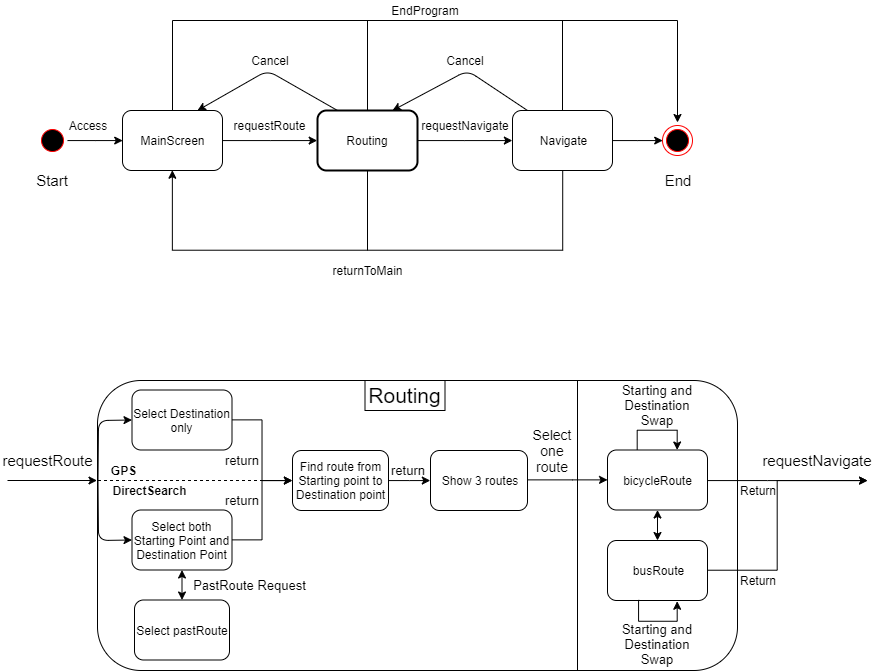
Earlier version of the draw.io export 2nd_homework/state_diagram.png (chisacam/CWNU19SE_2B). Source tidied: cells renumbered, new cells last; positions are measured from the earlier drawing's top-left corner, leaving out a move shared by most shapes.
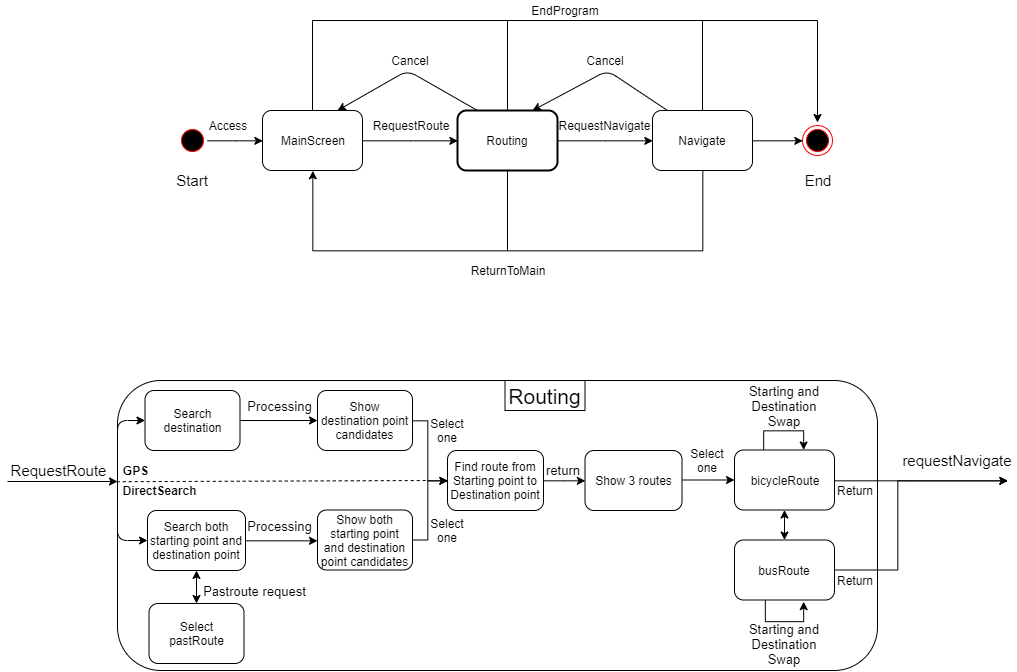
Later version of the same file.

Change to the diagram source:
```diff
@@ -3,7 +3,7 @@
     <mxCell id="0" />
     <mxCell id="1" parent="0" />
     <mxCell id="2" style="rounded=1;whiteSpace=wrap;html=1;" parent="1" vertex="1">
-      <mxGeometry x="90" y="380" width="640" height="290" as="geometry" />
+      <mxGeometry x="-30" y="380" width="760" height="290" as="geometry" />
     </mxCell>
     <mxCell id="3" style="edgeStyle=orthogonalEdgeStyle;rounded=0;jettySize=auto;html=1;entryX=0;entryY=0.5;entryDx=0;entryDy=0;" parent="1" edge="1" source="4" target="6">
       <mxGeometry relative="1" as="geometry" />
@@ -39,60 +39,55 @@
     </mxCell>
     <mxCell id="12" style="endArrow=classic;html=1;" parent="1" edge="1">
       <mxGeometry relative="1" as="geometry">
-        <mxPoint y="480" as="sourcePoint" />
-        <mxPoint x="89.5" y="480" as="targetPoint" />
+        <mxPoint x="-140" y="481" as="sourcePoint" />
+        <mxPoint x="-30" y="481" as="targetPoint" />
       </mxGeometry>
     </mxCell>
     <mxCell id="13" style="ellipse;html=1;shape=endState;fillColor=#000000;strokeColor=#ff0000;" parent="1" vertex="1">
       <mxGeometry x="655" y="125" width="30" height="30" as="geometry" />
     </mxCell>
-    <mxCell id="14" style="edgeStyle=orthogonalEdgeStyle;rounded=0;jettySize=auto;html=1;entryX=0;entryY=0.5;entryDx=0;entryDy=0;" parent="1" edge="1" source="15" target="17">
-      <mxGeometry relative="1" as="geometry" />
-    </mxCell>
+    <mxCell id="67" style="edgeStyle=orthogonalEdgeStyle;rounded=0;jettySize=auto;html=1;fontSize=12;" parent="1" edge="1" source="15" target="72">
+      <mxGeometry relative="1" as="geometry" />
+    </mxCell>
-    <mxCell id="15" value="Select Destination only" style="rounded=1;whiteSpace=wrap;html=1;" parent="1" vertex="1">
-      <mxGeometry x="124.5" y="389.5" width="100" height="60" as="geometry" />
+    <mxCell id="15" value="Search destination" style="rounded=1;whiteSpace=wrap;html=1;" parent="1" vertex="1">
+      <mxGeometry x="-2.5" y="390" width="95" height="60" as="geometry" />
     </mxCell>
     <mxCell id="16" style="edgeStyle=orthogonalEdgeStyle;rounded=0;jettySize=auto;html=1;entryX=0;entryY=0.5;entryDx=0;entryDy=0;" parent="1" edge="1" source="17" target="62">
       <mxGeometry relative="1" as="geometry" />
     </mxCell>
     <mxCell id="17" value="Find route from Starting point to Destination point" style="rounded=1;whiteSpace=wrap;html=1;" parent="1" vertex="1">
-      <mxGeometry x="285" y="450" width="96" height="60" as="geometry" />
+      <mxGeometry x="300" y="450" width="96" height="60" as="geometry" />
     </mxCell>
-    <mxCell id="18" style="edgeStyle=orthogonalEdgeStyle;rounded=0;jettySize=auto;html=1;entryX=0;entryY=0.5;entryDx=0;entryDy=0;" parent="1" edge="1" source="19" target="17">
-      <mxGeometry relative="1" as="geometry" />
-    </mxCell>
+    <mxCell id="68" style="edgeStyle=orthogonalEdgeStyle;rounded=0;jettySize=auto;html=1;fontSize=12;" parent="1" edge="1" source="19" target="70">
+      <mxGeometry relative="1" as="geometry">
+        <Array as="points">
+          <mxPoint x="130" y="540" />
+          <mxPoint x="130" y="540" />
+        </Array>
+      </mxGeometry>
+    </mxCell>
-    <mxCell id="19" value="Select both Starting Point and Destination Point" style="rounded=1;whiteSpace=wrap;html=1;" parent="1" vertex="1">
-      <mxGeometry x="124.5" y="509.5" width="100" height="60" as="geometry" />
+    <mxCell id="19" value="Search both starting point and destination point" style="rounded=1;whiteSpace=wrap;html=1;" parent="1" vertex="1">
+      <mxGeometry y="510" width="98" height="60" as="geometry" />
     </mxCell>
     <mxCell id="20" value="GPS" style="text;html=1;strokeColor=none;fillColor=none;align=center;verticalAlign=middle;whiteSpace=wrap;rounded=0;fontStyle=1;" parent="1" vertex="1">
-      <mxGeometry x="72.5" y="460" width="85" height="20" as="geometry" />
+      <mxGeometry x="-55" y="460" width="85" height="20" as="geometry" />
     </mxCell>
-    <mxCell id="21" style="endArrow=none;dashed=1;html=1;" parent="1" edge="1">
+    <mxCell id="21" style="endArrow=none;dashed=1;html=1;exitX=-0.001;exitY=0.349;exitDx=0;exitDy=0;exitPerimeter=0;" parent="1" edge="1" source="2">
       <mxGeometry relative="1" as="geometry">
-        <mxPoint x="90.5" y="480" as="sourcePoint" />
-        <mxPoint x="260" y="480" as="targetPoint" />
+        <mxPoint x="280" y="480" as="targetPoint" />
       </mxGeometry>
     </mxCell>
-    <mxCell id="22" style="endArrow=classic;html=1;entryX=0;entryY=0.5;entryDx=0;entryDy=0;" parent="1" edge="1" target="15">
-      <mxGeometry relative="1" as="geometry">
-        <mxPoint x="90.5" y="480" as="sourcePoint" />
-        <Array as="points">
-          <mxPoint x="91" y="420" />
-        </Array>
-      </mxGeometry>
-    </mxCell>
-    <mxCell id="23" style="endArrow=classic;html=1;entryX=0;entryY=0.5;entryDx=0;entryDy=0;" parent="1" edge="1" target="19">
+    <mxCell id="23" style="endArrow=classic;html=1;entryX=0;entryY=0.5;entryDx=0;entryDy=0;exitX=0;exitY=0.348;exitDx=0;exitDy=0;exitPerimeter=0;" parent="1" edge="1" source="2" target="19">
       <mxGeometry relative="1" as="geometry">
-        <mxPoint x="90.5" y="480" as="sourcePoint" />
         <Array as="points">
-          <mxPoint x="91" y="540" />
+          <mxPoint x="-30" y="540" />
         </Array>
       </mxGeometry>
     </mxCell>
     <mxCell id="24" value="Access" style="text;html=1;strokeColor=none;fillColor=none;align=center;verticalAlign=middle;whiteSpace=wrap;rounded=0;" parent="1" vertex="1">
       <mxGeometry x="60" y="115" width="40" height="20" as="geometry" />
     </mxCell>
-    <mxCell id="25" value="requestRoute" style="text;html=1;strokeColor=none;fillColor=none;align=center;verticalAlign=middle;whiteSpace=wrap;rounded=0;" parent="1" vertex="1">
+    <mxCell id="25" value="RequestRoute" style="text;html=1;strokeColor=none;fillColor=none;align=center;verticalAlign=middle;whiteSpace=wrap;rounded=0;" parent="1" vertex="1">
       <mxGeometry x="242.5" y="115" width="40" height="20" as="geometry" />
     </mxCell>
     <mxCell id="26" style="endArrow=none;html=1;entryX=0.5;entryY=1;entryDx=0;entryDy=0;" parent="1" edge="1" target="8">
@@ -100,10 +95,10 @@
         <mxPoint x="360" y="250" as="sourcePoint" />
       </mxGeometry>
     </mxCell>
-    <mxCell id="27" value="requestNavigate" style="text;html=1;strokeColor=none;fillColor=none;align=center;verticalAlign=middle;whiteSpace=wrap;rounded=0;" parent="1" vertex="1">
+    <mxCell id="27" value="RequestNavigate" style="text;html=1;strokeColor=none;fillColor=none;align=center;verticalAlign=middle;whiteSpace=wrap;rounded=0;" parent="1" vertex="1">
       <mxGeometry x="437.5" y="115" width="40" height="20" as="geometry" />
     </mxCell>
-    <mxCell id="28" value="returnToMain" style="text;html=1;strokeColor=none;fillColor=none;align=center;verticalAlign=middle;whiteSpace=wrap;rounded=0;" parent="1" vertex="1">
+    <mxCell id="28" value="ReturnToMain" style="text;html=1;strokeColor=none;fillColor=none;align=center;verticalAlign=middle;whiteSpace=wrap;rounded=0;" parent="1" vertex="1">
       <mxGeometry x="340" y="260" width="40" height="20" as="geometry" />
     </mxCell>
     <mxCell id="29" value="Cancel" style="text;html=1;strokeColor=none;fillColor=none;align=center;verticalAlign=middle;whiteSpace=wrap;rounded=0;" parent="1" vertex="1">
@@ -149,40 +144,42 @@
         </Array>
       </mxGeometry>
     </mxCell>
-    <mxCell id="37" style="edgeStyle=orthogonalEdgeStyle;rounded=0;orthogonalLoop=1;jettySize=auto;html=1;fontSize=13;" parent="1" edge="1" source="38" target="38">
+    <mxCell id="37" style="edgeStyle=orthogonalEdgeStyle;rounded=0;orthogonalLoop=1;jettySize=auto;html=1;fontSize=13;" parent="1" edge="1">
       <mxGeometry relative="1" as="geometry">
+        <mxPoint x="615.9" y="449.5" as="sourcePoint" />
+        <mxPoint x="655.9" y="449.5" as="targetPoint" />
         <Array as="points">
-          <mxPoint x="630" y="430" />
-          <mxPoint x="670" y="430" />
+          <mxPoint x="616" y="430" />
+          <mxPoint x="656" y="430" />
         </Array>
       </mxGeometry>
     </mxCell>
     <mxCell id="38" value="bicycleRoute" style="rounded=1;whiteSpace=wrap;html=1;" parent="1" vertex="1">
-      <mxGeometry x="600" y="449.5" width="100" height="60" as="geometry" />
+      <mxGeometry x="587" y="449.5" width="100" height="60" as="geometry" />
     </mxCell>
     <mxCell id="39" style="edgeStyle=orthogonalEdgeStyle;rounded=0;jettySize=auto;html=1;fontSize=15;exitX=1;exitY=0.5;exitDx=0;exitDy=0;" parent="1" edge="1" source="40">
       <mxGeometry relative="1" as="geometry">
         <mxPoint x="860" y="480" as="targetPoint" />
         <Array as="points">
-          <mxPoint x="770" y="570" />
-          <mxPoint x="770" y="480" />
+          <mxPoint x="750" y="570" />
+          <mxPoint x="750" y="480" />
         </Array>
       </mxGeometry>
     </mxCell>
     <mxCell id="40" value="busRoute" style="rounded=1;whiteSpace=wrap;html=1;" parent="1" vertex="1">
-      <mxGeometry x="600" y="540" width="100" height="60" as="geometry" />
+      <mxGeometry x="587" y="539.5" width="100" height="60" as="geometry" />
     </mxCell>
     <mxCell id="41" style="endArrow=classic;startArrow=classic;html=1;fontSize=15;entryX=0.5;entryY=1;entryDx=0;entryDy=0;exitX=0.5;exitY=0;exitDx=0;exitDy=0;" parent="1" edge="1" source="40" target="38">
       <mxGeometry relative="1" as="geometry" />
     </mxCell>
-    <mxCell id="42" value="Select one route" style="text;html=1;strokeColor=none;fillColor=none;align=center;verticalAlign=middle;whiteSpace=wrap;rounded=0;fontSize=14;direction=south;" parent="1" vertex="1">
-      <mxGeometry x="535" y="429.5" width="20" height="40" as="geometry" />
+    <mxCell id="42" value="Select one" style="text;html=1;strokeColor=none;fillColor=none;align=center;verticalAlign=middle;whiteSpace=wrap;rounded=0;fontSize=12;direction=south;" parent="1" vertex="1">
+      <mxGeometry x="550" y="440" width="20" height="40" as="geometry" />
     </mxCell>
     <mxCell id="43" value="requestNavigate" style="text;html=1;strokeColor=none;fillColor=none;align=center;verticalAlign=middle;whiteSpace=wrap;rounded=0;fontSize=15;" parent="1" vertex="1">
       <mxGeometry x="790" y="449.5" width="40" height="20" as="geometry" />
     </mxCell>
-    <mxCell id="44" value="requestRoute" style="text;html=1;strokeColor=none;fillColor=none;align=center;verticalAlign=middle;whiteSpace=wrap;rounded=0;fontSize=15;" parent="1" vertex="1">
-      <mxGeometry x="20" y="449.5" width="40" height="20" as="geometry" />
+    <mxCell id="44" value="RequestRoute" style="text;html=1;strokeColor=none;fillColor=none;align=center;verticalAlign=middle;whiteSpace=wrap;rounded=0;fontSize=15;" parent="1" vertex="1">
+      <mxGeometry x="-110" y="460" width="40" height="20" as="geometry" />
     </mxCell>
     <mxCell id="45" value="Start" style="text;html=1;strokeColor=none;fillColor=none;align=center;verticalAlign=middle;whiteSpace=wrap;rounded=0;fontSize=15;" parent="1" vertex="1">
       <mxGeometry x="25" y="170" width="40" height="20" as="geometry" />
@@ -196,25 +193,17 @@
     <mxCell id="48" value="Routing" style="text;html=1;strokeColor=none;fillColor=none;align=center;verticalAlign=middle;whiteSpace=wrap;rounded=0;fontSize=21;" parent="1" vertex="1">
       <mxGeometry x="377.5" y="385" width="40" height="20" as="geometry" />
     </mxCell>
-    <mxCell id="49" style="endArrow=none;html=1;fontSize=15;exitX=0.75;exitY=1;exitDx=0;exitDy=0;" parent="1" edge="1" source="2">
-      <mxGeometry relative="1" as="geometry">
-        <mxPoint x="570" y="380" as="targetPoint" />
-      </mxGeometry>
-    </mxCell>
     <mxCell id="50" value="Select pastRoute" style="rounded=1;whiteSpace=wrap;html=1;" parent="1" vertex="1">
-      <mxGeometry x="127" y="599.5" width="95" height="60" as="geometry" />
+      <mxGeometry x="1.5" y="603" width="95" height="60" as="geometry" />
     </mxCell>
-    <mxCell id="51" value="return&lt;span style=&quot;font-family: &amp;#34;helvetica&amp;#34; , &amp;#34;arial&amp;#34; , sans-serif ; font-size: 0px ; white-space: nowrap&quot;&gt;%3CmxGraphModel%3E%3Croot%3E%3CmxCell%20id%3D%220%22%2F%3E%3CmxCell%20id%3D%221%22%20parent%3D%220%22%2F%3E%3CmxCell%20id%3D%222%22%20value%3D%22selectDstn()%22%20style%3D%22rounded%3D1%3BwhiteSpace%3Dwrap%3Bhtml%3D1%3B%22%20vertex%3D%221%22%20parent%3D%221%22%3E%3CmxGeometry%20x%3D%22160%22%20y%3D%22669.5%22%20width%3D%22100%22%20height%3D%2260%22%20as%3D%22geometry%22%2F%3E%3C%2FmxCell%3E%3C%2Froot%3E%3C%2FmxGraphModel%3E&lt;/span&gt;" style="text;html=1;strokeColor=none;fillColor=none;align=center;verticalAlign=middle;whiteSpace=wrap;rounded=0;fontSize=13;" parent="1" vertex="1">
-      <mxGeometry x="215" y="450" width="40" height="20" as="geometry" />
+    <mxCell id="51" value="Select one" style="text;html=1;strokeColor=none;fillColor=none;align=center;verticalAlign=middle;whiteSpace=wrap;rounded=0;fontSize=12;" parent="1" vertex="1">
+      <mxGeometry x="280" y="420" width="40" height="20" as="geometry" />
     </mxCell>
-    <mxCell id="52" value="return&lt;span style=&quot;font-family: &amp;#34;helvetica&amp;#34; , &amp;#34;arial&amp;#34; , sans-serif ; font-size: 0px ; white-space: nowrap&quot;&gt;%3CmxGraphModel%3E%3Croot%3E%3CmxCell%20id%3D%220%22%2F%3E%3CmxCell%20id%3D%221%22%20parent%3D%220%22%2F%3E%3CmxCell%20id%3D%222%22%20value%3D%22selectDstn()%22%20style%3D%22rounded%3D1%3BwhiteSpace%3Dwrap%3Bhtml%3D1%3B%22%20vertex%3D%221%22%20parent%3D%221%22%3E%3CmxGeometry%20x%3D%22160%22%20y%3D%22669.5%22%20width%3D%22100%22%20height%3D%2260%22%20as%3D%22geometry%22%2F%3E%3C%2FmxCell%3E%3C%2Froot%3E%3C%2FmxGraphModel%3E&lt;/span&gt;" style="text;html=1;strokeColor=none;fillColor=none;align=center;verticalAlign=middle;whiteSpace=wrap;rounded=0;fontSize=13;" parent="1" vertex="1">
-      <mxGeometry x="215" y="489.5" width="40" height="20" as="geometry" />
-    </mxCell>
     <mxCell id="53" value="return&lt;span style=&quot;font-family: &amp;#34;helvetica&amp;#34; , &amp;#34;arial&amp;#34; , sans-serif ; font-size: 0px ; white-space: nowrap&quot;&gt;%3CmxGraphModel%3E%3Croot%3E%3CmxCell%20id%3D%220%22%2F%3E%3CmxCell%20id%3D%221%22%20parent%3D%220%22%2F%3E%3CmxCell%20id%3D%222%22%20value%3D%22selectDstn()%22%20style%3D%22rounded%3D1%3BwhiteSpace%3Dwrap%3Bhtml%3D1%3B%22%20vertex%3D%221%22%20parent%3D%221%22%3E%3CmxGeometry%20x%3D%22160%22%20y%3D%22669.5%22%20width%3D%22100%22%20height%3D%2260%22%20as%3D%22geometry%22%2F%3E%3C%2FmxCell%3E%3C%2Froot%3E%3C%2FmxGraphModel%3E&lt;/span&gt;" style="text;html=1;strokeColor=none;fillColor=none;align=center;verticalAlign=middle;whiteSpace=wrap;rounded=0;fontSize=13;" parent="1" vertex="1">
-      <mxGeometry x="381" y="459.5" width="40" height="20" as="geometry" />
+      <mxGeometry x="396" y="459.5" width="40" height="20" as="geometry" />
     </mxCell>
-    <mxCell id="54" value="PastRoute Request" style="text;html=1;strokeColor=none;fillColor=none;align=center;verticalAlign=middle;whiteSpace=wrap;rounded=0;fontSize=13;" parent="1" vertex="1">
-      <mxGeometry x="180" y="574.5" width="125" height="20" as="geometry" />
+    <mxCell id="54" value="Pastroute request" style="text;html=1;strokeColor=none;fillColor=none;align=center;verticalAlign=middle;whiteSpace=wrap;rounded=0;fontSize=13;" parent="1" vertex="1">
+      <mxGeometry x="45" y="580" width="125" height="20" as="geometry" />
     </mxCell>
     <mxCell id="55" style="endArrow=classic;html=1;entryX=0.75;entryY=0;entryDx=0;entryDy=0;" parent="1" edge="1" target="6">
       <mxGeometry relative="1" as="geometry">
@@ -235,20 +224,20 @@
       <mxGeometry x="242.5" y="50" width="40" height="20" as="geometry" />
     </mxCell>
     <mxCell id="58" value="Starting and Destination Swap" style="text;html=1;strokeColor=none;fillColor=none;align=center;verticalAlign=middle;whiteSpace=wrap;rounded=0;fontSize=13;" parent="1" vertex="1">
-      <mxGeometry x="613" y="633" width="74" height="20" as="geometry" />
+      <mxGeometry x="600" y="633" width="74" height="20" as="geometry" />
     </mxCell>
     <mxCell id="59" style="edgeStyle=orthogonalEdgeStyle;rounded=0;orthogonalLoop=1;jettySize=auto;html=1;fontSize=13;exitX=0.316;exitY=0.974;exitDx=0;exitDy=0;exitPerimeter=0;" parent="1" edge="1">
       <mxGeometry relative="1" as="geometry">
-        <mxPoint x="631.1" y="599.4" as="sourcePoint" />
-        <mxPoint x="669.4" y="601" as="targetPoint" />
+        <mxPoint x="618.1" y="599.4" as="sourcePoint" />
+        <mxPoint x="656.4" y="601" as="targetPoint" />
         <Array as="points">
-          <mxPoint x="631.5" y="621" />
-          <mxPoint x="669.5" y="621" />
+          <mxPoint x="618.5" y="621" />
+          <mxPoint x="656.5" y="621" />
         </Array>
       </mxGeometry>
     </mxCell>
     <mxCell id="60" value="Starting and Destination Swap" style="text;html=1;strokeColor=none;fillColor=none;align=center;verticalAlign=middle;whiteSpace=wrap;rounded=0;fontSize=13;" parent="1" vertex="1">
-      <mxGeometry x="613" y="395" width="74" height="20" as="geometry" />
+      <mxGeometry x="600" y="395" width="74" height="20" as="geometry" />
     </mxCell>
     <mxCell id="61" style="edgeStyle=orthogonalEdgeStyle;rounded=0;jettySize=auto;html=1;entryX=0;entryY=0.5;entryDx=0;entryDy=0;" parent="1" edge="1" source="62" target="38">
       <mxGeometry relative="1" as="geometry">
@@ -258,19 +247,58 @@
       </mxGeometry>
     </mxCell>
     <mxCell id="62" value="Show 3 routes" style="rounded=1;whiteSpace=wrap;html=1;" parent="1" vertex="1">
-      <mxGeometry x="423" y="450" width="97" height="60" as="geometry" />
+      <mxGeometry x="437.5" y="450" width="97" height="60" as="geometry" />
     </mxCell>
     <mxCell id="63" value="Return" style="text;html=1;strokeColor=none;fillColor=none;align=center;verticalAlign=middle;whiteSpace=wrap;rounded=0;" parent="1" vertex="1">
-      <mxGeometry x="730" y="480" width="40" height="20" as="geometry" />
+      <mxGeometry x="687" y="480" width="40" height="20" as="geometry" />
     </mxCell>
     <mxCell id="64" value="Return" style="text;html=1;strokeColor=none;fillColor=none;align=center;verticalAlign=middle;whiteSpace=wrap;rounded=0;" parent="1" vertex="1">
-      <mxGeometry x="730" y="570" width="40" height="20" as="geometry" />
+      <mxGeometry x="687" y="570" width="40" height="20" as="geometry" />
     </mxCell>
     <mxCell id="65" style="endArrow=classic;startArrow=classic;html=1;exitX=0.5;exitY=0;exitDx=0;exitDy=0;" parent="1" edge="1" source="50" target="19">
       <mxGeometry relative="1" as="geometry" />
     </mxCell>
     <mxCell id="66" value="DirectSearch" style="text;html=1;strokeColor=none;fillColor=none;align=center;verticalAlign=middle;whiteSpace=wrap;rounded=0;fontStyle=1;" parent="1" vertex="1">
-      <mxGeometry x="100" y="480" width="85" height="20" as="geometry" />
+      <mxGeometry x="-30" y="480" width="85" height="20" as="geometry" />
     </mxCell>
+    <mxCell id="69" style="edgeStyle=orthogonalEdgeStyle;rounded=0;jettySize=auto;html=1;entryX=0;entryY=0.5;entryDx=0;entryDy=0;fontSize=12;" parent="1" edge="1" source="70" target="17">
+      <mxGeometry relative="1" as="geometry">
+        <Array as="points">
+          <mxPoint x="280" y="539" />
+          <mxPoint x="280" y="480" />
+        </Array>
+      </mxGeometry>
+    </mxCell>
+    <mxCell id="70" value="Show both starting point and destination point candidates" style="rounded=1;whiteSpace=wrap;html=1;" parent="1" vertex="1">
+      <mxGeometry x="170" y="509.5" width="95" height="60" as="geometry" />
+    </mxCell>
+    <mxCell id="71" style="edgeStyle=orthogonalEdgeStyle;rounded=0;jettySize=auto;html=1;entryX=0;entryY=0.5;entryDx=0;entryDy=0;fontSize=12;" parent="1" edge="1" source="72" target="17">
+      <mxGeometry relative="1" as="geometry">
+        <Array as="points">
+          <mxPoint x="280" y="420" />
+          <mxPoint x="280" y="480" />
+        </Array>
+      </mxGeometry>
+    </mxCell>
+    <mxCell id="72" value="Show destination point candidates" style="rounded=1;whiteSpace=wrap;html=1;" parent="1" vertex="1">
+      <mxGeometry x="170" y="390" width="95" height="60" as="geometry" />
+    </mxCell>
+    <mxCell id="73" value="Select one" style="text;html=1;strokeColor=none;fillColor=none;align=center;verticalAlign=middle;whiteSpace=wrap;rounded=0;fontSize=12;" parent="1" vertex="1">
+      <mxGeometry x="280" y="520" width="40" height="20" as="geometry" />
+    </mxCell>
+    <mxCell id="74" value="Processing" style="text;html=1;strokeColor=none;fillColor=none;align=center;verticalAlign=middle;whiteSpace=wrap;rounded=0;fontSize=13;" parent="1" vertex="1">
+      <mxGeometry x="70" y="515" width="125" height="20" as="geometry" />
+    </mxCell>
+    <mxCell id="75" value="Processing" style="text;html=1;strokeColor=none;fillColor=none;align=center;verticalAlign=middle;whiteSpace=wrap;rounded=0;fontSize=13;" parent="1" vertex="1">
+      <mxGeometry x="70" y="395" width="125" height="20" as="geometry" />
+    </mxCell>
+    <mxCell id="76" style="endArrow=classic;html=1;fontSize=12;entryX=0;entryY=0.5;entryDx=0;entryDy=0;" parent="1" edge="1" target="15">
+      <mxGeometry relative="1" as="geometry">
+        <mxPoint x="-30" y="480" as="sourcePoint" />
+        <Array as="points">
+          <mxPoint x="-30" y="420" />
+        </Array>
+      </mxGeometry>
+    </mxCell>
   </root>
 </mxGraphModel>
```
